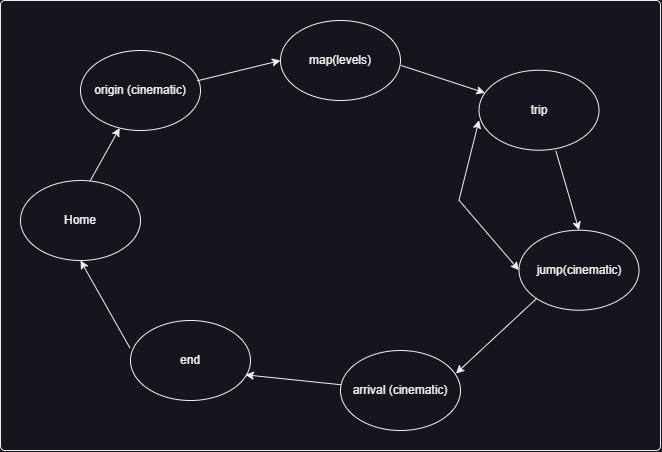
This is Analysis and design/State diagrams/generalStateDiagram.drawio.png from fbrzz004/Galactyx-demo, a draw.io export, as it was before one commit. Source tidied: cells renumbered, new cells last; positions are measured from the earlier drawing's top-left corner, leaving out a move shared by most shapes.
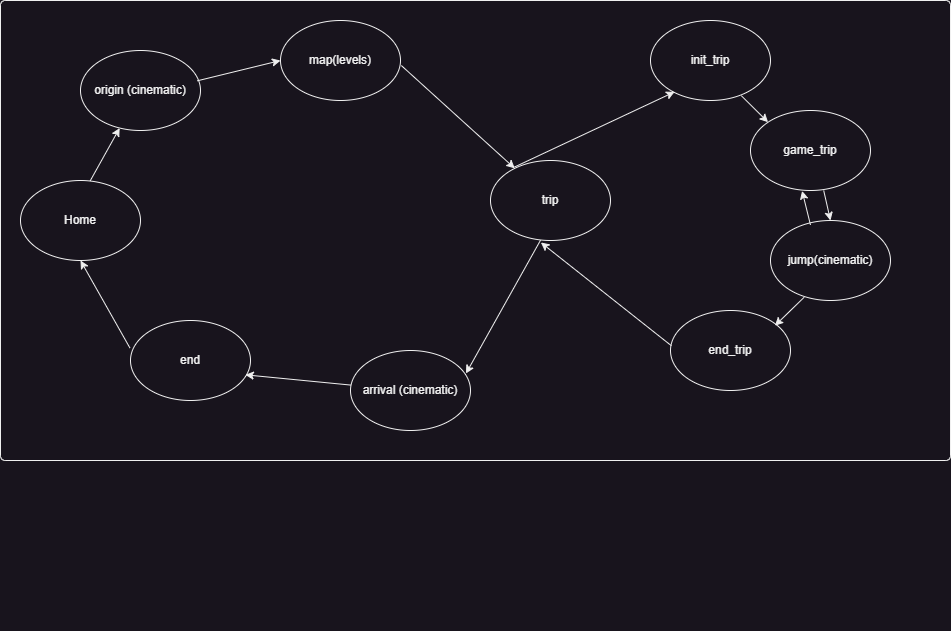
After the commit.

Commit message:
Update the general state diagram for subdivide the trip state on four substates including the jump(cinematic) state

The edit, as a diff of the source:
```diff
@@ -3,10 +3,10 @@
     <mxCell id="0" style="html=1;" />
     <mxCell id="1" style="html=1;" parent="0" />
     <mxCell id="2" style="group;" parent="1" vertex="1">
-      <mxGeometry width="660" height="450" as="geometry" />
+      <mxGeometry width="950" height="630" as="geometry" />
     </mxCell>
     <mxCell id="3" style="rounded=1;whiteSpace=wrap;html=1;arcSize=1;" parent="2" vertex="1">
-      <mxGeometry width="660" height="450" as="geometry" />
+      <mxGeometry width="950" height="460" as="geometry" />
     </mxCell>
     <mxCell id="4" value="Home" style="ellipse;whiteSpace=wrap;html=1;" parent="2" vertex="1">
       <mxGeometry x="20" y="180" width="120" height="80" as="geometry" />
@@ -18,13 +18,10 @@
       <mxGeometry x="280" y="20" width="120" height="80" as="geometry" />
     </mxCell>
     <mxCell id="7" value="trip" style="ellipse;whiteSpace=wrap;html=1;" parent="2" vertex="1">
-      <mxGeometry x="478.5" y="69.7" width="120" height="80" as="geometry" />
+      <mxGeometry x="490" y="160" width="120" height="80" as="geometry" />
     </mxCell>
-    <mxCell id="8" value="jump(cinematic)" style="ellipse;whiteSpace=wrap;html=1;" parent="2" vertex="1">
-      <mxGeometry x="518.5" y="229.7" width="120" height="80" as="geometry" />
-    </mxCell>
     <mxCell id="9" value="arrival (cinematic)" style="ellipse;whiteSpace=wrap;html=1;" parent="2" vertex="1">
-      <mxGeometry x="340" y="350" width="120" height="80" as="geometry" />
+      <mxGeometry x="350" y="350" width="120" height="80" as="geometry" />
     </mxCell>
     <mxCell id="10" value="end" style="ellipse;whiteSpace=wrap;html=1;" parent="2" vertex="1">
       <mxGeometry x="130" y="320" width="120" height="80" as="geometry" />
@@ -38,10 +35,7 @@
     <mxCell id="13" style="endArrow=classic;html=1;rounded=0;exitX=1.007;exitY=0.563;exitDx=0;exitDy=0;exitPerimeter=0;" parent="2" edge="1" source="6" target="7">
       <mxGeometry relative="1" as="geometry" />
     </mxCell>
-    <mxCell id="14" style="endArrow=classic;html=1;rounded=0;exitX=0.64;exitY=1.007;exitDx=0;exitDy=0;exitPerimeter=0;entryX=0.5;entryY=0;entryDx=0;entryDy=0;" parent="2" edge="1" source="7" target="8">
-      <mxGeometry relative="1" as="geometry" />
-    </mxCell>
-    <mxCell id="15" style="endArrow=classic;html=1;rounded=0;exitX=0;exitY=1;exitDx=0;exitDy=0;entryX=0.962;entryY=0.288;entryDx=0;entryDy=0;entryPerimeter=0;" parent="2" edge="1" source="8" target="9">
+    <mxCell id="15" style="endArrow=classic;html=1;rounded=0;exitX=0.417;exitY=0.996;exitDx=0;exitDy=0;entryX=0.962;entryY=0.288;entryDx=0;entryDy=0;entryPerimeter=0;exitPerimeter=0;" parent="2" edge="1" source="7" target="9">
       <mxGeometry relative="1" as="geometry" />
     </mxCell>
     <mxCell id="16" style="endArrow=classic;html=1;rounded=0;entryX=0.957;entryY=0.679;entryDx=0;entryDy=0;entryPerimeter=0;" parent="2" edge="1" source="9" target="10">
@@ -50,12 +44,35 @@
     <mxCell id="17" style="endArrow=classic;html=1;rounded=0;entryX=0.5;entryY=1;entryDx=0;entryDy=0;exitX=-0.005;exitY=0.343;exitDx=0;exitDy=0;exitPerimeter=0;" parent="2" edge="1" source="10" target="4">
       <mxGeometry relative="1" as="geometry" />
     </mxCell>
-    <mxCell id="18" style="endArrow=classic;startArrow=classic;html=1;rounded=0;entryX=0;entryY=0.625;entryDx=0;entryDy=0;entryPerimeter=0;exitX=0;exitY=0.5;exitDx=0;exitDy=0;" parent="2" edge="1" source="8" target="7">
-      <mxGeometry relative="1" as="geometry">
-        <Array as="points">
-          <mxPoint x="458.5" y="199.7" />
-        </Array>
-      </mxGeometry>
-    </mxCell>
+    <mxCell id="8" value="jump(cinematic)" style="ellipse;whiteSpace=wrap;html=1;" parent="2" vertex="1">
+      <mxGeometry x="770" y="220" width="120" height="80" as="geometry" />
+    </mxCell>
+    <mxCell id="19" value="init_trip" style="ellipse;whiteSpace=wrap;html=1;" parent="2" vertex="1">
+      <mxGeometry x="650" y="20" width="120" height="80" as="geometry" />
+    </mxCell>
+    <mxCell id="20" value="end_trip" style="ellipse;whiteSpace=wrap;html=1;" parent="2" vertex="1">
+      <mxGeometry x="670" y="310" width="120" height="80" as="geometry" />
+    </mxCell>
+    <mxCell id="21" value="game_trip" style="ellipse;whiteSpace=wrap;html=1;" parent="2" vertex="1">
+      <mxGeometry x="750" y="110" width="120" height="80" as="geometry" />
+    </mxCell>
+    <mxCell id="22" style="endArrow=classic;html=1;rounded=0;exitX=0.201;exitY=0.081;exitDx=0;exitDy=0;entryX=0.201;entryY=0.892;entryDx=0;entryDy=0;entryPerimeter=0;exitPerimeter=0;" parent="2" edge="1" source="7" target="19">
+      <mxGeometry relative="1" as="geometry" />
+    </mxCell>
+    <mxCell id="23" style="endArrow=classic;html=1;rounded=0;exitX=0.757;exitY=0.94;exitDx=0;exitDy=0;entryX=0;entryY=0;entryDx=0;entryDy=0;exitPerimeter=0;" parent="2" edge="1" source="19" target="21">
+      <mxGeometry relative="1" as="geometry" />
+    </mxCell>
+    <mxCell id="24" style="endArrow=classic;html=1;rounded=0;exitX=0.61;exitY=1;exitDx=0;exitDy=0;entryX=0.5;entryY=0;entryDx=0;entryDy=0;exitPerimeter=0;" parent="2" edge="1" source="21" target="8">
+      <mxGeometry relative="1" as="geometry" />
+    </mxCell>
+    <mxCell id="25" style="endArrow=classic;html=1;rounded=0;exitX=0.333;exitY=0.055;exitDx=0;exitDy=0;entryX=0.43;entryY=1.005;entryDx=0;entryDy=0;exitPerimeter=0;entryPerimeter=0;" parent="2" edge="1" source="8" target="21">
+      <mxGeometry relative="1" as="geometry" />
+    </mxCell>
+    <mxCell id="26" style="endArrow=classic;html=1;rounded=0;exitX=0.28;exitY=0.96;exitDx=0;exitDy=0;entryX=0.87;entryY=0.19;entryDx=0;entryDy=0;exitPerimeter=0;entryPerimeter=0;" parent="2" edge="1" source="8" target="20">
+      <mxGeometry relative="1" as="geometry" />
+    </mxCell>
+    <mxCell id="27" style="endArrow=classic;html=1;rounded=0;exitX=0.007;exitY=0.44;exitDx=0;exitDy=0;entryX=0.42;entryY=1.025;entryDx=0;entryDy=0;exitPerimeter=0;entryPerimeter=0;" parent="2" edge="1" source="20" target="7">
+      <mxGeometry relative="1" as="geometry" />
+    </mxCell>
   </root>
 </mxGraphModel>
```
